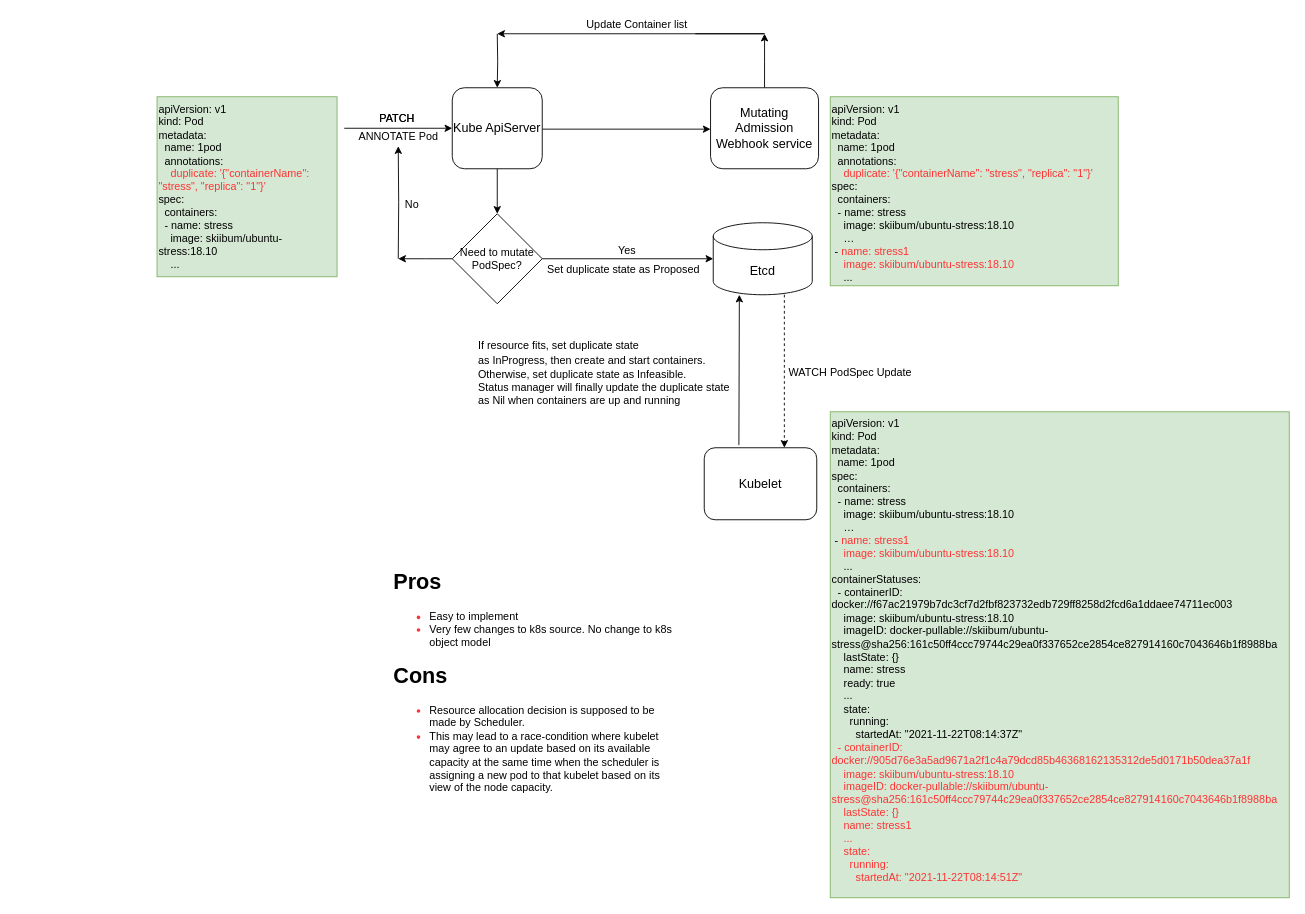
Before: page "webhook" (1 of 4) of Untitled Diagram.drawio in ichbinblau/OTC_Work_Log, a draw.io diagram. Source tidied: cells renumbered, new cells numbered last; positions are measured from the earlier drawing's top-left corner, leaving out a move shared by most shapes. Both pictures are drawn from the tidied source at 90%, with x=0, y=0 at pixel (157, 15).
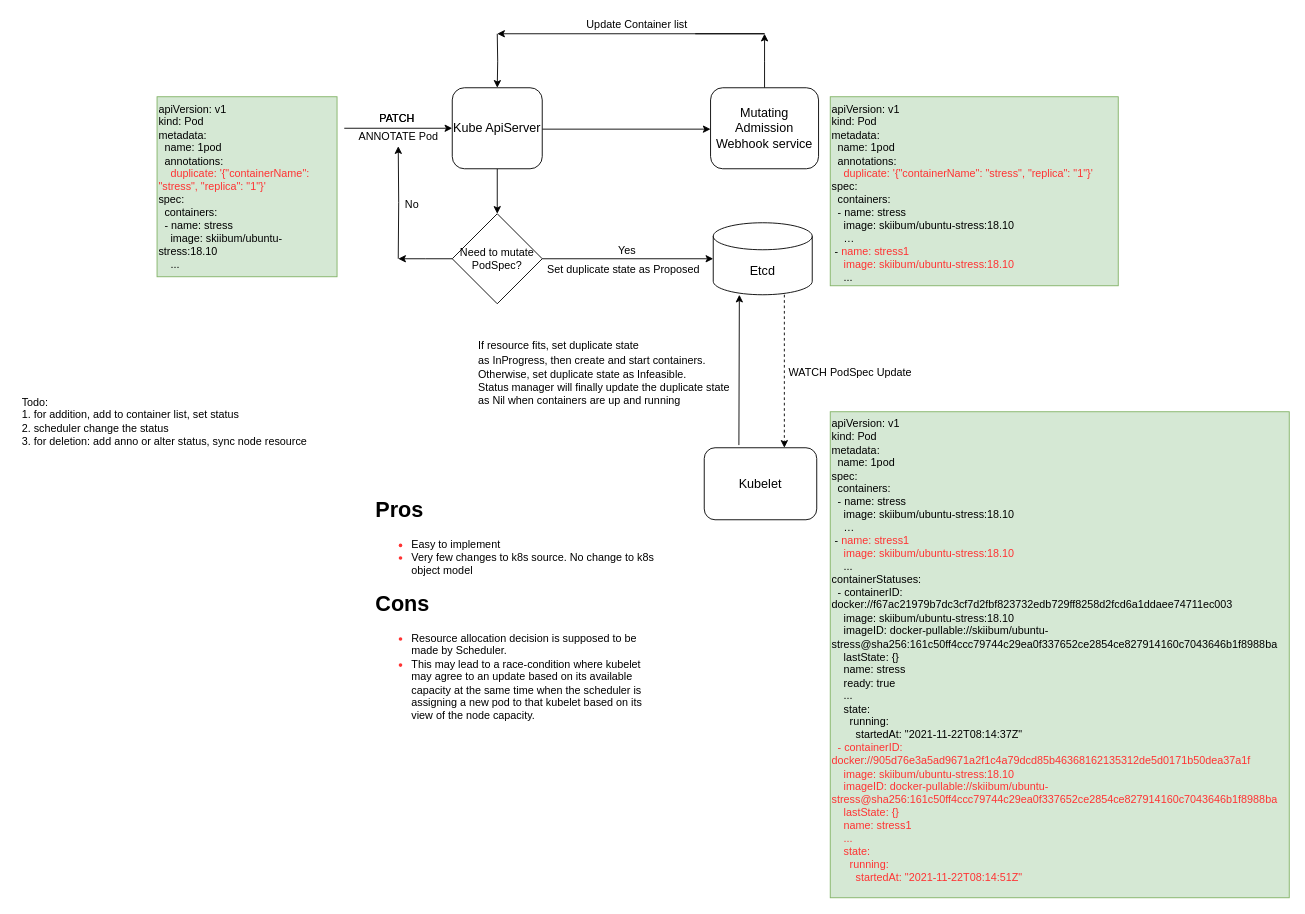
After the change.

Diff of the diagram source:
```diff
@@
     <mxCell id="30" value="&lt;h1&gt;&lt;font color=&quot;#000000&quot;&gt;Pros&lt;/font&gt;&lt;/h1&gt;&lt;p&gt;&lt;/p&gt;&lt;ul&gt;&lt;li&gt;&lt;font color=&quot;#000000&quot;&gt;Easy to implement&amp;nbsp;&lt;/font&gt;&lt;/li&gt;&lt;li&gt;&lt;font color=&quot;#000000&quot;&gt;Very few changes to k8s source. No change to k8s object model&lt;/font&gt;&lt;/li&gt;&lt;/ul&gt;&lt;p&gt;&lt;/p&gt;&lt;h1&gt;&lt;font color=&quot;#000000&quot;&gt;Cons&lt;/font&gt;&lt;/h1&gt;&lt;p&gt;&lt;/p&gt;&lt;ul&gt;&lt;li&gt;&lt;font color=&quot;#000000&quot;&gt;Resource allocation decision&amp;nbsp;is supposed to be made by Scheduler.&amp;nbsp;&lt;/font&gt;&lt;/li&gt;&lt;li&gt;&lt;font color=&quot;#000000&quot;&gt;This may lead to a race-condition where kubelet may agree to an update based on its available capacity at the same time when the scheduler is assigning a new pod to that kubelet based on its view of the node capacity.&amp;nbsp;&lt;/font&gt;&lt;span id=&quot;docs-internal-guid-44bf292c-7fff-f98d-9bcf-c16e8a3c23c7&quot;&gt;&lt;/span&gt;&lt;/li&gt;&lt;/ul&gt;&lt;p&gt;&lt;/p&gt;" style="text;html=1;strokeColor=none;fillColor=none;spacing=5;spacingTop=-20;whiteSpace=wrap;overflow=hidden;rounded=0;fontFamily=Helvetica;fontSize=12;fontColor=#FF3333;align=left;" parent="1" vertex="1">
-      <mxGeometry x="258" y="610" width="320" height="280" as="geometry" />
+      <mxGeometry x="238" y="530" width="320" height="280" as="geometry" />
     </mxCell>
+    <mxCell id="31" value="&lt;div style=&quot;text-align: left&quot;&gt;&lt;span&gt;Todo:&amp;nbsp;&lt;/span&gt;&lt;/div&gt;&lt;div style=&quot;text-align: left&quot;&gt;&lt;span&gt;1. for addition, add to container list, set status&lt;/span&gt;&lt;/div&gt;&lt;div style=&quot;text-align: left&quot;&gt;&lt;span&gt;2. scheduler change the status&lt;/span&gt;&lt;/div&gt;&lt;div style=&quot;text-align: left&quot;&gt;&lt;span&gt;3. for deletion: add anno or alter status, sync node resource&lt;/span&gt;&lt;/div&gt;" style="text;html=1;align=center;verticalAlign=middle;fillColor=none;strokeColor=none;rounded=0;fontFamily=Helvetica;fontSize=12;fontColor=#000000;" parent="1" vertex="1">
+      <mxGeometry x="-157" y="421" width="330" height="60" as="geometry" />
+    </mxCell>
```
